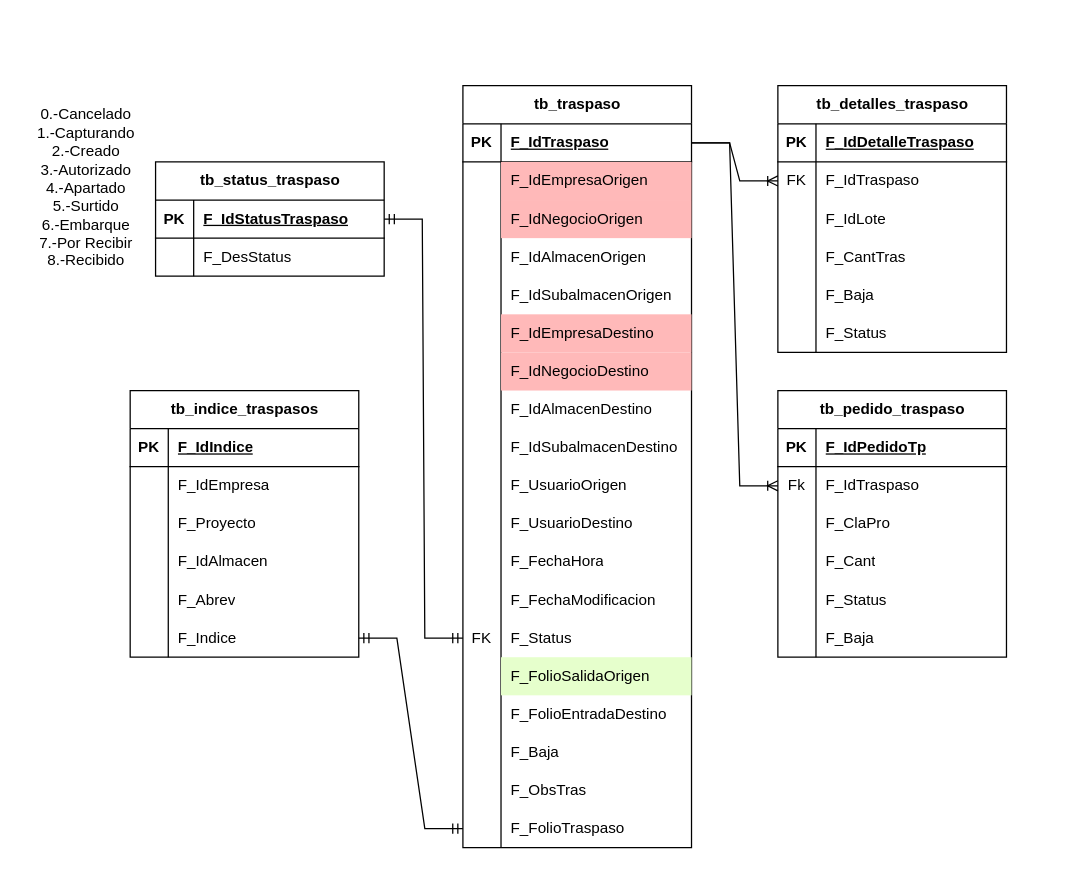
Above: TablaTraspasos.drawio in ErnestoDanielTafoyaMolinaCYM/clases-cat-cym (draw.io), before the change. Source tidied: cells renumbered, new cells numbered last; positions are measured from the earlier drawing's top-left corner, leaving out a move shared by most shapes. Both pictures are drawn from the tidied source at 127%, with x=0, y=0 at pixel (22, 85).
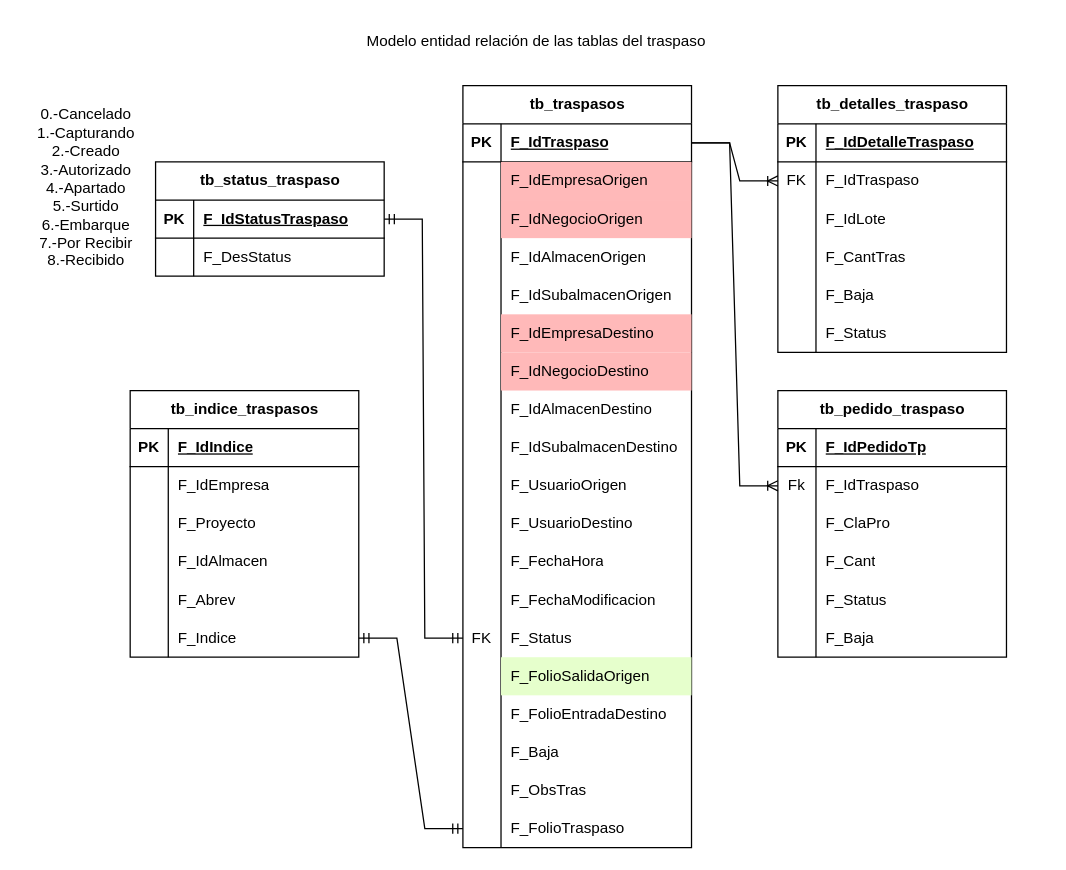
The same page after the edit.

What changed in the source:
```diff
@@
-    <mxCell id="2" value="tb_traspaso" style="shape=table;startSize=30;childLayout=tableLayout;rowLines=0;fontStyle=1;align=center;html=1;" parent="1" vertex="1">
+    <mxCell id="2" value="tb_traspasos" style="shape=table;startSize=30;childLayout=tableLayout;rowLines=0;fontStyle=1;align=center;html=1;" parent="1" vertex="1">
       <mxGeometry x="347" width="180" height="600" as="geometry" />
     </mxCell>
@@
+    <mxCell id="129" value="Modelo entidad relación de las tablas del traspaso" style="text;html=1;whiteSpace=wrap;strokeColor=none;fillColor=none;align=center;verticalAlign=middle;rounded=0;" parent="1" vertex="1">
+      <mxGeometry x="5" y="-50" width="800" height="30" as="geometry" />
+    </mxCell>
```
